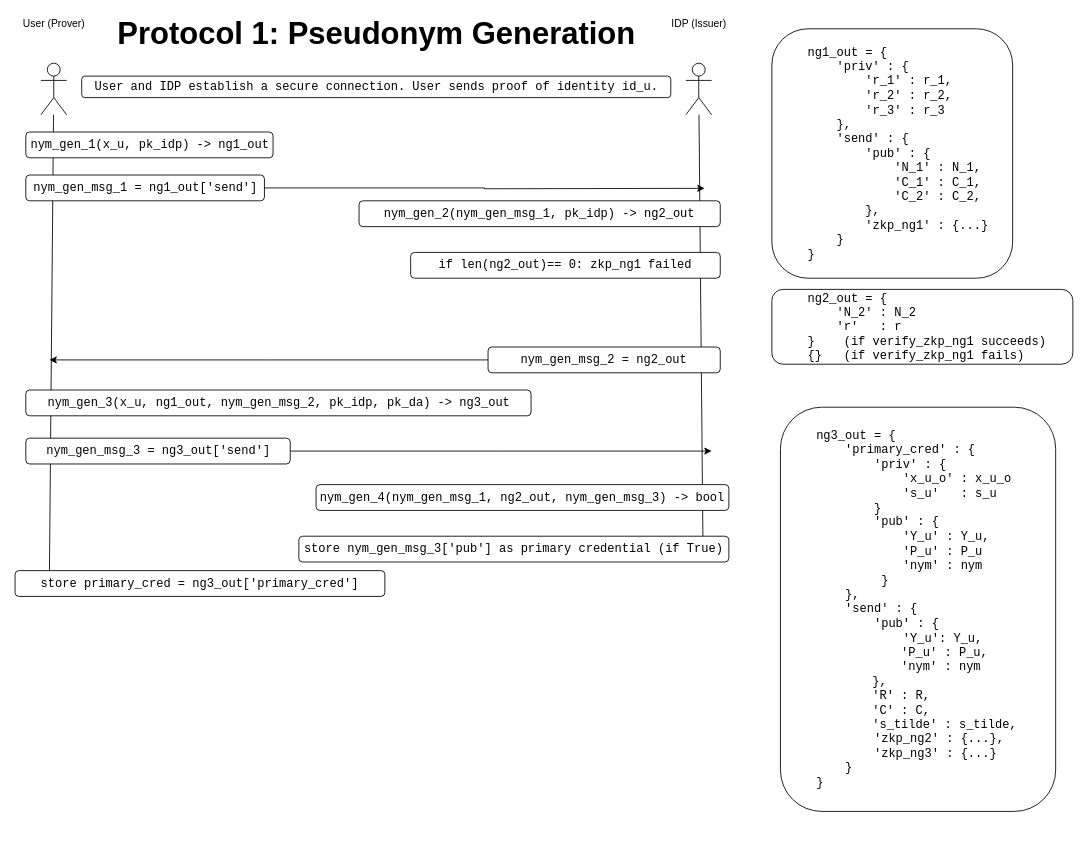
Above: page "Nym Gen" (2 of 6) of doc/Protocols.drawio in JacobGorman613/cl-api (draw.io), before the change. Source tidied: cells renumbered, new cells numbered last; positions are measured from the earlier drawing's top-left corner, leaving out a move shared by most shapes. Both pictures are drawn from the tidied source at 86%, with x=0, y=0 at pixel (15, 20).
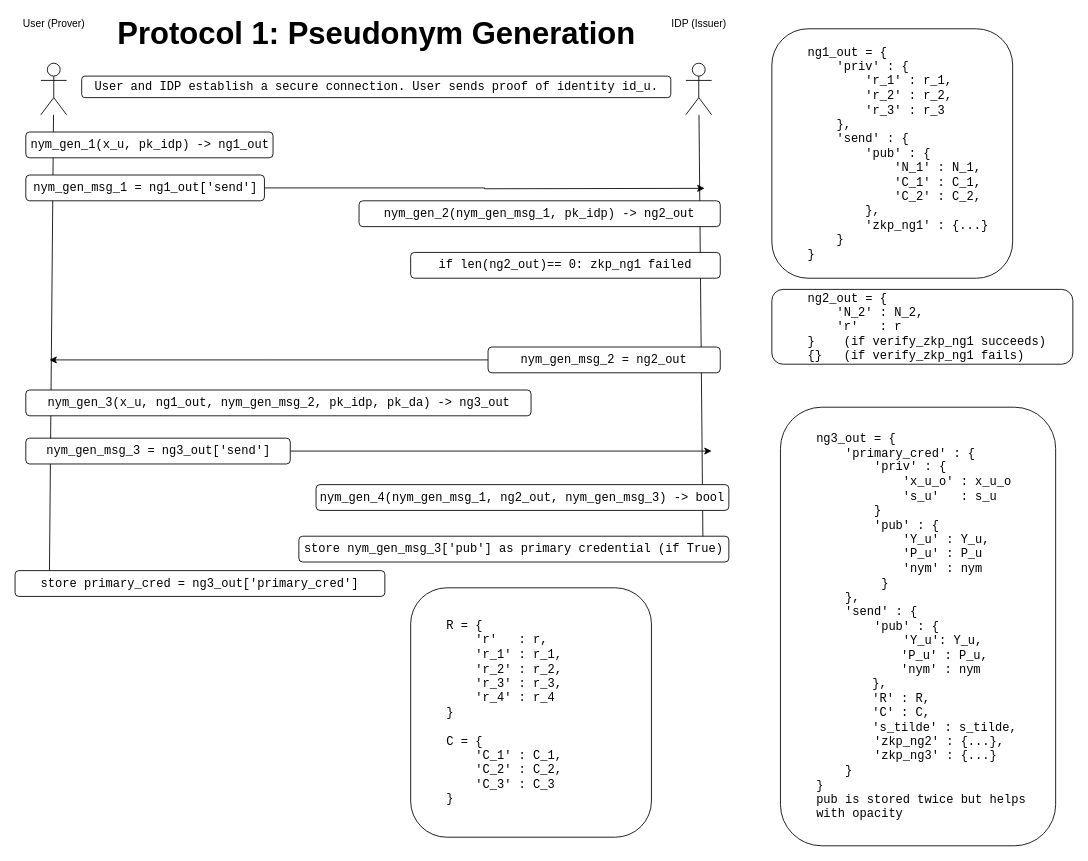
The same page after the edit.

Diff of the diagram source:
```diff
@@
-    <mxCell id="21" value="&lt;blockquote style=&quot;margin: 0 0 0 40px; border: none; padding: 0px;&quot;&gt;&lt;font face=&quot;Courier New&quot; style=&quot;font-size: 14px;&quot;&gt;ng2_out = {&lt;br&gt;&lt;/font&gt;&lt;font face=&quot;Courier New&quot; style=&quot;font-size: 14px;&quot;&gt;&amp;nbsp; &amp;nbsp; 'N_2' : N_2&lt;/font&gt;&lt;/blockquote&gt;&lt;blockquote style=&quot;margin: 0 0 0 40px; border: none; padding: 0px;&quot;&gt;&lt;font face=&quot;Courier New&quot; style=&quot;font-size: 14px;&quot;&gt;&amp;nbsp; &amp;nbsp; 'r'&amp;nbsp; &amp;nbsp;: r&lt;br&gt;&lt;/font&gt;&lt;font face=&quot;Courier New&quot; style=&quot;font-size: 14px;&quot;&gt;}&amp;nbsp; &amp;nbsp; (if verify_zkp_ng1 succeeds)&lt;/font&gt;&lt;/blockquote&gt;&lt;blockquote style=&quot;margin: 0 0 0 40px; border: none; padding: 0px;&quot;&gt;&lt;font face=&quot;Courier New&quot; style=&quot;font-size: 14px;&quot;&gt;{}&amp;nbsp; &amp;nbsp;(if verify_zkp_ng1 fails)&lt;/font&gt;&lt;/blockquote&gt;" style="rounded=1;whiteSpace=wrap;html=1;align=left;" parent="1" vertex="1">
+    <mxCell id="21" value="&lt;blockquote style=&quot;margin: 0 0 0 40px; border: none; padding: 0px;&quot;&gt;&lt;font face=&quot;Courier New&quot; style=&quot;font-size: 14px;&quot;&gt;ng2_out = {&lt;br&gt;&lt;/font&gt;&lt;font face=&quot;Courier New&quot; style=&quot;font-size: 14px;&quot;&gt;&amp;nbsp; &amp;nbsp; 'N_2' : N_2,&lt;/font&gt;&lt;/blockquote&gt;&lt;blockquote style=&quot;margin: 0 0 0 40px; border: none; padding: 0px;&quot;&gt;&lt;font face=&quot;Courier New&quot; style=&quot;font-size: 14px;&quot;&gt;&amp;nbsp; &amp;nbsp; 'r'&amp;nbsp; &amp;nbsp;: r&lt;br&gt;&lt;/font&gt;&lt;font face=&quot;Courier New&quot; style=&quot;font-size: 14px;&quot;&gt;}&amp;nbsp; &amp;nbsp; (if verify_zkp_ng1 succeeds)&lt;/font&gt;&lt;/blockquote&gt;&lt;blockquote style=&quot;margin: 0 0 0 40px; border: none; padding: 0px;&quot;&gt;&lt;font face=&quot;Courier New&quot; style=&quot;font-size: 14px;&quot;&gt;{}&amp;nbsp; &amp;nbsp;(if verify_zkp_ng1 fails)&lt;/font&gt;&lt;/blockquote&gt;" style="rounded=1;whiteSpace=wrap;html=1;align=left;" parent="1" vertex="1">
       <mxGeometry x="880" y="313" width="350" height="87" as="geometry" />
     </mxCell>
-    <mxCell id="22" value="&lt;blockquote style=&quot;margin: 0 0 0 40px; border: none; padding: 0px;&quot;&gt;&lt;font face=&quot;Courier New&quot; style=&quot;font-size: 14px;&quot;&gt;ng3_out = {&lt;br&gt;&lt;/font&gt;&lt;font face=&quot;Courier New&quot; style=&quot;font-size: 14px;&quot;&gt;&amp;nbsp; &amp;nbsp; 'primary_cred' : {&lt;br&gt;&lt;/font&gt;&lt;span style=&quot;font-family: &amp;quot;Courier New&amp;quot;; font-size: 14px;&quot;&gt;&amp;nbsp; &amp;nbsp; &amp;nbsp; &amp;nbsp; 'priv' : {&lt;/span&gt;&lt;/blockquote&gt;&lt;blockquote style=&quot;margin: 0 0 0 40px; border: none; padding: 0px;&quot;&gt;&lt;span style=&quot;font-family: &amp;quot;Courier New&amp;quot;; font-size: 14px;&quot;&gt;&amp;nbsp; &amp;nbsp; &amp;nbsp; &amp;nbsp; &amp;nbsp; &amp;nbsp; 'x_u_o' : x_u_o&lt;/span&gt;&lt;/blockquote&gt;&lt;blockquote style=&quot;margin: 0 0 0 40px; border: none; padding: 0px;&quot;&gt;&lt;span style=&quot;font-family: &amp;quot;Courier New&amp;quot;; font-size: 14px;&quot;&gt;&amp;nbsp; &amp;nbsp; &amp;nbsp; &amp;nbsp; &amp;nbsp; &amp;nbsp; 's_u'&amp;nbsp; &amp;nbsp;: s_u&lt;/span&gt;&lt;/blockquote&gt;&lt;blockquote style=&quot;margin: 0 0 0 40px; border: none; padding: 0px;&quot;&gt;&lt;span style=&quot;font-family: &amp;quot;Courier New&amp;quot;; font-size: 14px;&quot;&gt;&amp;nbsp; &amp;nbsp; &amp;nbsp; &amp;nbsp; }&lt;/span&gt;&lt;/blockquote&gt;&lt;blockquote style=&quot;margin: 0 0 0 40px; border: none; padding: 0px;&quot;&gt;&lt;span style=&quot;font-family: &amp;quot;Courier New&amp;quot;; font-size: 14px; background-color: initial;&quot;&gt;&amp;nbsp; &amp;nbsp; &amp;nbsp; &amp;nbsp; 'pub' : {&lt;/span&gt;&lt;/blockquote&gt;&lt;blockquote style=&quot;margin: 0 0 0 40px; border: none; padding: 0px;&quot;&gt;&lt;span style=&quot;font-family: &amp;quot;Courier New&amp;quot;; font-size: 14px;&quot;&gt;&amp;nbsp; &amp;nbsp; &amp;nbsp; &amp;nbsp; &amp;nbsp; &amp;nbsp; 'Y_u' : Y_u,&lt;/span&gt;&lt;/blockquote&gt;&lt;blockquote style=&quot;margin: 0 0 0 40px; border: none; padding: 0px;&quot;&gt;&lt;span style=&quot;font-family: &amp;quot;Courier New&amp;quot;; font-size: 14px;&quot;&gt;&amp;nbsp; &amp;nbsp; &amp;nbsp; &amp;nbsp; &amp;nbsp; &amp;nbsp; 'P_u' : P_u&lt;/span&gt;&lt;/blockquote&gt;&lt;blockquote style=&quot;margin: 0 0 0 40px; border: none; padding: 0px;&quot;&gt;&lt;span style=&quot;font-family: &amp;quot;Courier New&amp;quot;; font-size: 14px;&quot;&gt;&amp;nbsp; &amp;nbsp; &amp;nbsp; &amp;nbsp; &amp;nbsp; &amp;nbsp; 'nym' : nym&lt;/span&gt;&lt;/blockquote&gt;&lt;blockquote style=&quot;margin: 0 0 0 40px; border: none; padding: 0px;&quot;&gt;&lt;span style=&quot;font-family: &amp;quot;Courier New&amp;quot;; font-size: 14px;&quot;&gt;&amp;nbsp; &amp;nbsp; &amp;nbsp; &amp;nbsp; &amp;nbsp;}&lt;br&gt;&lt;/span&gt;&lt;font face=&quot;Courier New&quot; style=&quot;font-size: 14px;&quot;&gt;&amp;nbsp; &amp;nbsp; },&lt;br&gt;&lt;/font&gt;&lt;font face=&quot;Courier New&quot; style=&quot;font-size: 14px;&quot;&gt;&amp;nbsp; &amp;nbsp; 'send' : {&lt;/font&gt;&lt;/blockquote&gt;&lt;blockquote style=&quot;margin: 0 0 0 40px; border: none; padding: 0px;&quot;&gt;&lt;span style=&quot;background-color: initial; font-family: &amp;quot;Courier New&amp;quot;; font-size: 14px;&quot;&gt;&amp;nbsp; &amp;nbsp; &amp;nbsp; &amp;nbsp; 'pub' : {&lt;/span&gt;&lt;/blockquote&gt;&lt;blockquote style=&quot;margin: 0 0 0 40px; border: none; padding: 0px;&quot;&gt;&lt;span style=&quot;font-family: &amp;quot;Courier New&amp;quot;; font-size: 14px; background-color: initial;&quot;&gt;&amp;nbsp; &amp;nbsp; &amp;nbsp; &amp;nbsp; &amp;nbsp; &amp;nbsp; 'Y_u': Y_u,&lt;/span&gt;&lt;blockquote style=&quot;margin: 0px 0px 0px 40px; border: none; padding: 0px;&quot;&gt;&lt;span style=&quot;font-family: &amp;quot;Courier New&amp;quot;; font-size: 14px;&quot;&gt;&amp;nbsp; &amp;nbsp; &amp;nbsp; &amp;nbsp;'P_u' : P_u,&lt;/span&gt;&lt;/blockquote&gt;&lt;blockquote style=&quot;margin: 0px 0px 0px 40px; border: none; padding: 0px;&quot;&gt;&lt;span style=&quot;font-family: &amp;quot;Courier New&amp;quot;; font-size: 14px;&quot;&gt;&amp;nbsp; &amp;nbsp; &amp;nbsp; &amp;nbsp;'nym' : nym&lt;/span&gt;&lt;/blockquote&gt;&lt;blockquote style=&quot;margin: 0px 0px 0px 40px; border: none; padding: 0px;&quot;&gt;&lt;span style=&quot;font-family: &amp;quot;Courier New&amp;quot;; font-size: 14px;&quot;&gt;&amp;nbsp; &amp;nbsp;},&lt;/span&gt;&lt;/blockquote&gt;&lt;blockquote style=&quot;margin: 0px 0px 0px 40px; border: none; padding: 0px;&quot;&gt;&lt;font face=&quot;Courier New&quot;&gt;&lt;span style=&quot;font-size: 14px;&quot;&gt;&amp;nbsp; &amp;nbsp;'R' : R,&lt;/span&gt;&lt;/font&gt;&lt;/blockquote&gt;&lt;blockquote style=&quot;margin: 0px 0px 0px 40px; border: none; padding: 0px;&quot;&gt;&lt;font face=&quot;Courier New&quot;&gt;&lt;span style=&quot;font-size: 14px;&quot;&gt;&amp;nbsp; &amp;nbsp;'C' : C,&lt;/span&gt;&lt;/font&gt;&lt;/blockquote&gt;&lt;blockquote style=&quot;margin: 0px 0px 0px 40px; border: none; padding: 0px;&quot;&gt;&lt;font face=&quot;Courier New&quot;&gt;&lt;span style=&quot;font-size: 14px;&quot;&gt;&amp;nbsp; &amp;nbsp;'s_tilde' : s_tilde,&lt;/span&gt;&lt;/font&gt;&lt;/blockquote&gt;&lt;font face=&quot;Courier New&quot; style=&quot;font-size: 14px;&quot;&gt;&amp;nbsp; &amp;nbsp; &amp;nbsp; &amp;nbsp; 'zkp_ng2' : {...},&lt;/font&gt;&lt;/blockquote&gt;&lt;blockquote style=&quot;margin: 0 0 0 40px; border: none; padding: 0px;&quot;&gt;&lt;font face=&quot;Courier New&quot; style=&quot;font-size: 14px;&quot;&gt;&amp;nbsp; &amp;nbsp; &amp;nbsp; &amp;nbsp; 'zkp_ng3' : {...}&lt;br&gt;&lt;/font&gt;&lt;font face=&quot;Courier New&quot; style=&quot;font-size: 14px;&quot;&gt;&amp;nbsp; &amp;nbsp; }&lt;br&gt;&lt;/font&gt;&lt;font face=&quot;Courier New&quot; style=&quot;font-size: 14px;&quot;&gt;}&lt;/font&gt;&lt;/blockquote&gt;" style="rounded=1;whiteSpace=wrap;html=1;align=left;" parent="1" vertex="1">
-      <mxGeometry x="890" y="450" width="320" height="470" as="geometry" />
+    <mxCell id="22" value="&lt;blockquote style=&quot;margin: 0 0 0 40px; border: none; padding: 0px;&quot;&gt;&lt;font face=&quot;Courier New&quot; style=&quot;font-size: 14px;&quot;&gt;ng3_out = {&lt;br&gt;&lt;/font&gt;&lt;font face=&quot;Courier New&quot; style=&quot;font-size: 14px;&quot;&gt;&amp;nbsp; &amp;nbsp; 'primary_cred' : {&lt;br&gt;&lt;/font&gt;&lt;span style=&quot;font-family: &amp;quot;Courier New&amp;quot;; font-size: 14px;&quot;&gt;&amp;nbsp; &amp;nbsp; &amp;nbsp; &amp;nbsp; 'priv' : {&lt;/span&gt;&lt;/blockquote&gt;&lt;blockquote style=&quot;margin: 0 0 0 40px; border: none; padding: 0px;&quot;&gt;&lt;span style=&quot;font-family: &amp;quot;Courier New&amp;quot;; font-size: 14px;&quot;&gt;&amp;nbsp; &amp;nbsp; &amp;nbsp; &amp;nbsp; &amp;nbsp; &amp;nbsp; 'x_u_o' : x_u_o&lt;/span&gt;&lt;/blockquote&gt;&lt;blockquote style=&quot;margin: 0 0 0 40px; border: none; padding: 0px;&quot;&gt;&lt;span style=&quot;font-family: &amp;quot;Courier New&amp;quot;; font-size: 14px;&quot;&gt;&amp;nbsp; &amp;nbsp; &amp;nbsp; &amp;nbsp; &amp;nbsp; &amp;nbsp; 's_u'&amp;nbsp; &amp;nbsp;: s_u&lt;/span&gt;&lt;/blockquote&gt;&lt;blockquote style=&quot;margin: 0 0 0 40px; border: none; padding: 0px;&quot;&gt;&lt;span style=&quot;font-family: &amp;quot;Courier New&amp;quot;; font-size: 14px;&quot;&gt;&amp;nbsp; &amp;nbsp; &amp;nbsp; &amp;nbsp; }&lt;/span&gt;&lt;/blockquote&gt;&lt;blockquote style=&quot;margin: 0 0 0 40px; border: none; padding: 0px;&quot;&gt;&lt;span style=&quot;font-family: &amp;quot;Courier New&amp;quot;; font-size: 14px; background-color: initial;&quot;&gt;&amp;nbsp; &amp;nbsp; &amp;nbsp; &amp;nbsp; 'pub' : {&lt;/span&gt;&lt;/blockquote&gt;&lt;blockquote style=&quot;margin: 0 0 0 40px; border: none; padding: 0px;&quot;&gt;&lt;span style=&quot;font-family: &amp;quot;Courier New&amp;quot;; font-size: 14px;&quot;&gt;&amp;nbsp; &amp;nbsp; &amp;nbsp; &amp;nbsp; &amp;nbsp; &amp;nbsp; 'Y_u' : Y_u,&lt;/span&gt;&lt;/blockquote&gt;&lt;blockquote style=&quot;margin: 0 0 0 40px; border: none; padding: 0px;&quot;&gt;&lt;span style=&quot;font-family: &amp;quot;Courier New&amp;quot;; font-size: 14px;&quot;&gt;&amp;nbsp; &amp;nbsp; &amp;nbsp; &amp;nbsp; &amp;nbsp; &amp;nbsp; 'P_u' : P_u&lt;/span&gt;&lt;/blockquote&gt;&lt;blockquote style=&quot;margin: 0 0 0 40px; border: none; padding: 0px;&quot;&gt;&lt;span style=&quot;font-family: &amp;quot;Courier New&amp;quot;; font-size: 14px;&quot;&gt;&amp;nbsp; &amp;nbsp; &amp;nbsp; &amp;nbsp; &amp;nbsp; &amp;nbsp; 'nym' : nym&lt;/span&gt;&lt;/blockquote&gt;&lt;blockquote style=&quot;margin: 0 0 0 40px; border: none; padding: 0px;&quot;&gt;&lt;span style=&quot;font-family: &amp;quot;Courier New&amp;quot;; font-size: 14px;&quot;&gt;&amp;nbsp; &amp;nbsp; &amp;nbsp; &amp;nbsp; &amp;nbsp;}&lt;br&gt;&lt;/span&gt;&lt;font face=&quot;Courier New&quot; style=&quot;font-size: 14px;&quot;&gt;&amp;nbsp; &amp;nbsp; },&lt;br&gt;&lt;/font&gt;&lt;font face=&quot;Courier New&quot; style=&quot;font-size: 14px;&quot;&gt;&amp;nbsp; &amp;nbsp; 'send' : {&lt;/font&gt;&lt;/blockquote&gt;&lt;blockquote style=&quot;margin: 0 0 0 40px; border: none; padding: 0px;&quot;&gt;&lt;span style=&quot;background-color: initial; font-family: &amp;quot;Courier New&amp;quot;; font-size: 14px;&quot;&gt;&amp;nbsp; &amp;nbsp; &amp;nbsp; &amp;nbsp; 'pub' : {&lt;/span&gt;&lt;/blockquote&gt;&lt;blockquote style=&quot;margin: 0 0 0 40px; border: none; padding: 0px;&quot;&gt;&lt;span style=&quot;font-family: &amp;quot;Courier New&amp;quot;; font-size: 14px; background-color: initial;&quot;&gt;&amp;nbsp; &amp;nbsp; &amp;nbsp; &amp;nbsp; &amp;nbsp; &amp;nbsp; 'Y_u': Y_u,&lt;/span&gt;&lt;blockquote style=&quot;margin: 0px 0px 0px 40px; border: none; padding: 0px;&quot;&gt;&lt;span style=&quot;font-family: &amp;quot;Courier New&amp;quot;; font-size: 14px;&quot;&gt;&amp;nbsp; &amp;nbsp; &amp;nbsp; &amp;nbsp;'P_u' : P_u,&lt;/span&gt;&lt;/blockquote&gt;&lt;blockquote style=&quot;margin: 0px 0px 0px 40px; border: none; padding: 0px;&quot;&gt;&lt;span style=&quot;font-family: &amp;quot;Courier New&amp;quot;; font-size: 14px;&quot;&gt;&amp;nbsp; &amp;nbsp; &amp;nbsp; &amp;nbsp;'nym' : nym&lt;/span&gt;&lt;/blockquote&gt;&lt;blockquote style=&quot;margin: 0px 0px 0px 40px; border: none; padding: 0px;&quot;&gt;&lt;span style=&quot;font-family: &amp;quot;Courier New&amp;quot;; font-size: 14px;&quot;&gt;&amp;nbsp; &amp;nbsp;},&lt;/span&gt;&lt;/blockquote&gt;&lt;blockquote style=&quot;margin: 0px 0px 0px 40px; border: none; padding: 0px;&quot;&gt;&lt;font face=&quot;Courier New&quot;&gt;&lt;span style=&quot;font-size: 14px;&quot;&gt;&amp;nbsp; &amp;nbsp;'R' : R,&lt;/span&gt;&lt;/font&gt;&lt;/blockquote&gt;&lt;blockquote style=&quot;margin: 0px 0px 0px 40px; border: none; padding: 0px;&quot;&gt;&lt;font face=&quot;Courier New&quot;&gt;&lt;span style=&quot;font-size: 14px;&quot;&gt;&amp;nbsp; &amp;nbsp;'C' : C,&lt;/span&gt;&lt;/font&gt;&lt;/blockquote&gt;&lt;blockquote style=&quot;margin: 0px 0px 0px 40px; border: none; padding: 0px;&quot;&gt;&lt;font face=&quot;Courier New&quot;&gt;&lt;span style=&quot;font-size: 14px;&quot;&gt;&amp;nbsp; &amp;nbsp;'s_tilde' : s_tilde,&lt;/span&gt;&lt;/font&gt;&lt;/blockquote&gt;&lt;font face=&quot;Courier New&quot; style=&quot;font-size: 14px;&quot;&gt;&amp;nbsp; &amp;nbsp; &amp;nbsp; &amp;nbsp; 'zkp_ng2' : {...},&lt;/font&gt;&lt;/blockquote&gt;&lt;blockquote style=&quot;margin: 0 0 0 40px; border: none; padding: 0px;&quot;&gt;&lt;font face=&quot;Courier New&quot; style=&quot;font-size: 14px;&quot;&gt;&amp;nbsp; &amp;nbsp; &amp;nbsp; &amp;nbsp; 'zkp_ng3' : {...}&lt;br&gt;&lt;/font&gt;&lt;font face=&quot;Courier New&quot; style=&quot;font-size: 14px;&quot;&gt;&amp;nbsp; &amp;nbsp; }&lt;br&gt;&lt;/font&gt;&lt;font face=&quot;Courier New&quot; style=&quot;font-size: 14px;&quot;&gt;}&lt;/font&gt;&lt;/blockquote&gt;&lt;blockquote style=&quot;margin: 0 0 0 40px; border: none; padding: 0px;&quot;&gt;&lt;font face=&quot;Courier New&quot; style=&quot;font-size: 14px;&quot;&gt;pub is stored twice but helps with opacity&lt;/font&gt;&lt;/blockquote&gt;" style="rounded=1;whiteSpace=wrap;html=1;align=left;" parent="1" vertex="1">
+      <mxGeometry x="890" y="450" width="320" height="510" as="geometry" />
     </mxCell>
@@
+    <mxCell id="24" value="&lt;blockquote style=&quot;margin: 0 0 0 40px; border: none; padding: 0px;&quot;&gt;&lt;font face=&quot;Courier New&quot;&gt;&lt;span style=&quot;font-size: 14px;&quot;&gt;R = {&lt;/span&gt;&lt;/font&gt;&lt;/blockquote&gt;&lt;blockquote style=&quot;margin: 0 0 0 40px; border: none; padding: 0px;&quot;&gt;&lt;font face=&quot;Courier New&quot;&gt;&lt;span style=&quot;font-size: 14px;&quot;&gt;&amp;nbsp; &amp;nbsp; 'r'&amp;nbsp; &amp;nbsp;: r,&lt;/span&gt;&lt;/font&gt;&lt;/blockquote&gt;&lt;blockquote style=&quot;margin: 0 0 0 40px; border: none; padding: 0px;&quot;&gt;&lt;font face=&quot;Courier New&quot;&gt;&lt;span style=&quot;font-size: 14px;&quot;&gt;&amp;nbsp; &amp;nbsp; 'r_1' : r_1,&lt;/span&gt;&lt;/font&gt;&lt;/blockquote&gt;&lt;blockquote style=&quot;margin: 0 0 0 40px; border: none; padding: 0px;&quot;&gt;&lt;font face=&quot;Courier New&quot;&gt;&lt;span style=&quot;font-size: 14px;&quot;&gt;&amp;nbsp; &amp;nbsp; 'r_2' : r_2,&lt;/span&gt;&lt;/font&gt;&lt;/blockquote&gt;&lt;blockquote style=&quot;margin: 0 0 0 40px; border: none; padding: 0px;&quot;&gt;&lt;font face=&quot;Courier New&quot;&gt;&lt;span style=&quot;font-size: 14px;&quot;&gt;&amp;nbsp; &amp;nbsp; 'r_3' : r_3,&lt;/span&gt;&lt;/font&gt;&lt;/blockquote&gt;&lt;blockquote style=&quot;margin: 0 0 0 40px; border: none; padding: 0px;&quot;&gt;&lt;font face=&quot;Courier New&quot;&gt;&lt;span style=&quot;font-size: 14px;&quot;&gt;&amp;nbsp; &amp;nbsp; 'r_4' : r_4&lt;/span&gt;&lt;/font&gt;&lt;/blockquote&gt;&lt;blockquote style=&quot;margin: 0 0 0 40px; border: none; padding: 0px;&quot;&gt;&lt;font face=&quot;Courier New&quot;&gt;&lt;span style=&quot;font-size: 14px;&quot;&gt;}&lt;/span&gt;&lt;/font&gt;&lt;/blockquote&gt;&lt;blockquote style=&quot;margin: 0 0 0 40px; border: none; padding: 0px;&quot;&gt;&lt;font face=&quot;Courier New&quot;&gt;&lt;span style=&quot;font-size: 14px;&quot;&gt;&lt;br&gt;&lt;/span&gt;&lt;/font&gt;&lt;/blockquote&gt;&lt;blockquote style=&quot;margin: 0 0 0 40px; border: none; padding: 0px;&quot;&gt;&lt;font face=&quot;Courier New&quot;&gt;&lt;span style=&quot;font-size: 14px;&quot;&gt;C = {&lt;/span&gt;&lt;/font&gt;&lt;/blockquote&gt;&lt;blockquote style=&quot;margin: 0 0 0 40px; border: none; padding: 0px;&quot;&gt;&lt;font face=&quot;Courier New&quot;&gt;&lt;span style=&quot;font-size: 14px;&quot;&gt;&amp;nbsp; &amp;nbsp; 'C_1' : C_1,&lt;/span&gt;&lt;/font&gt;&lt;/blockquote&gt;&lt;blockquote style=&quot;margin: 0 0 0 40px; border: none; padding: 0px;&quot;&gt;&lt;font face=&quot;Courier New&quot;&gt;&lt;span style=&quot;font-size: 14px;&quot;&gt;&amp;nbsp; &amp;nbsp; 'C_2' : C_2,&lt;/span&gt;&lt;/font&gt;&lt;/blockquote&gt;&lt;blockquote style=&quot;margin: 0 0 0 40px; border: none; padding: 0px;&quot;&gt;&lt;font face=&quot;Courier New&quot;&gt;&lt;span style=&quot;font-size: 14px;&quot;&gt;&amp;nbsp; &amp;nbsp; 'C_3' : C_3&lt;/span&gt;&lt;/font&gt;&lt;/blockquote&gt;&lt;blockquote style=&quot;margin: 0 0 0 40px; border: none; padding: 0px;&quot;&gt;&lt;font face=&quot;Courier New&quot;&gt;&lt;span style=&quot;font-size: 14px;&quot;&gt;}&lt;/span&gt;&lt;/font&gt;&lt;/blockquote&gt;" style="rounded=1;whiteSpace=wrap;html=1;align=left;" parent="1" vertex="1">
+      <mxGeometry x="460" y="660" width="280" height="290" as="geometry" />
+    </mxCell>
```
